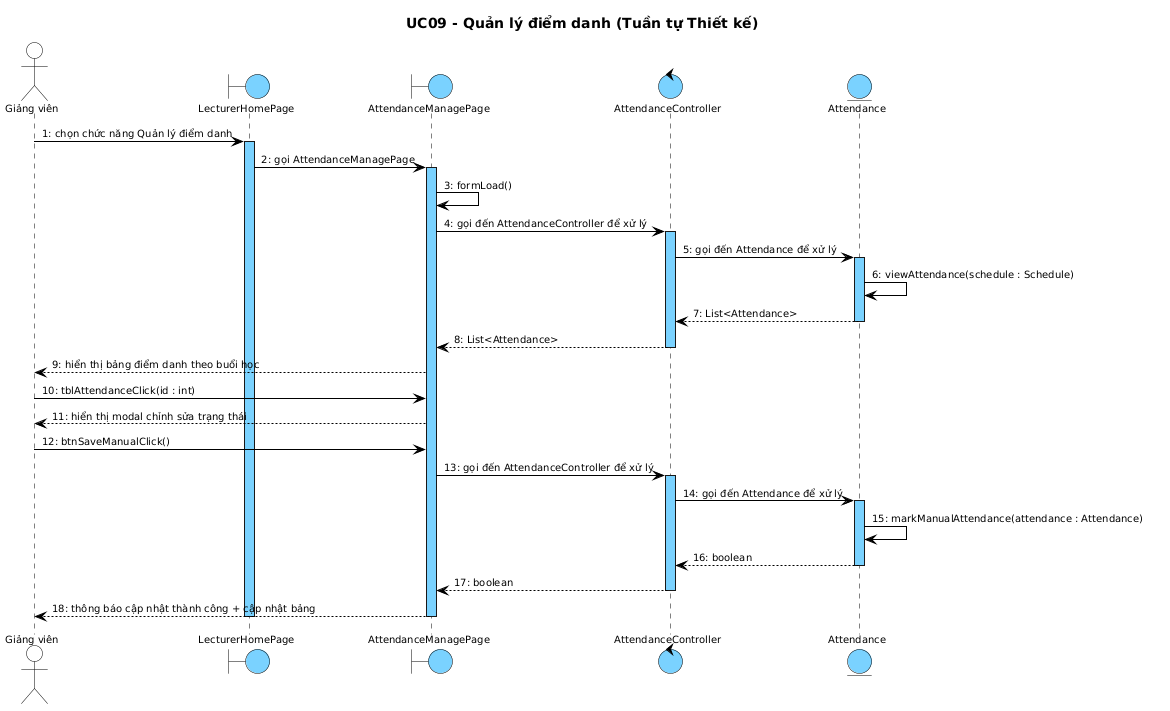
Before: report/diagrams/seq_design_uc09.png, a diagram exported from PlantUML (thanhtrnnn/universe).
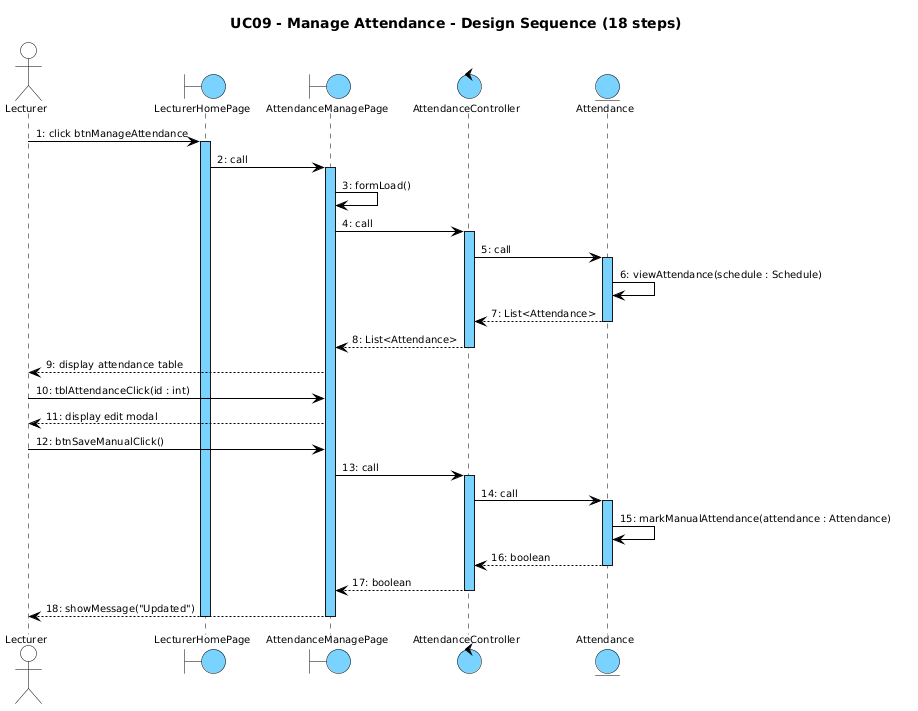
After the commit.

The edit, as a diff of the source:
```diff
@@ -10,50 +10,78 @@
   FontName "Arial"
   FontSize 10
   FontColor #000000
-  boundary { BackgroundColor #7AD2FF; LineColor #000000 }
-  control { BackgroundColor #7AD2FF; LineColor #000000 }
-  entity { BackgroundColor #7AD2FF; LineColor #000000 }
-  actor { BackgroundColor transparent; LineColor #000000 }
-  lifeline { LineColor #000000; LineStyle 5-5 }
-  arrow { LineColor #000000; LineThickness 1; FontSize 10 }
+
+  participant {
+    BackgroundColor #7AD2FF
+    LineColor #000000
+    LineThickness 1
+  }
+
+  actor {
+    BackgroundColor transparent
+    LineColor #000000
+  }
+  boundary {
+    BackgroundColor #7AD2FF
+    LineColor #000000
+  }
+  control {
+    BackgroundColor #7AD2FF
+    LineColor #000000
+  }
+  entity {
+    BackgroundColor #7AD2FF
+    LineColor #000000
+  }
+
+  lifeline {
+    LineColor #000000
+    LineStyle 5-5
+  }
+
+  arrow {
+    LineColor #000000
+    LineThickness 1
+    FontSize 10
+  }
 }
 </style>
-title UC09 - Quản lý điểm danh (Tuần tự Thiết kế)
+title UC09 - Manage Attendance - Design Sequence (18 steps)
 
-actor "Giảng viên" as GV
+actor "Lecturer" as Actor
 boundary LecturerHomePage
 boundary AttendanceManagePage
 control AttendanceController
 entity Attendance
 
-GV -> LecturerHomePage : 1: chọn chức năng Quản lý điểm danh
+Actor -> LecturerHomePage : 1: click btnManageAttendance
 activate LecturerHomePage
-LecturerHomePage -> AttendanceManagePage : 2: gọi AttendanceManagePage
+LecturerHomePage -> AttendanceManagePage : 2: call
 activate AttendanceManagePage
 AttendanceManagePage -> AttendanceManagePage : 3: formLoad()
-AttendanceManagePage -> AttendanceController : 4: gọi đến AttendanceController để xử lý
+AttendanceManagePage -> AttendanceController : 4: call
 activate AttendanceController
-AttendanceController -> Attendance : 5: gọi đến Attendance để xử lý
+AttendanceController -> Attendance : 5: call
 activate Attendance
 Attendance -> Attendance : 6: viewAttendance(schedule : Schedule)
 Attendance --> AttendanceController : 7: List<Attendance>
 deactivate Attendance
 AttendanceController --> AttendanceManagePage : 8: List<Attendance>
 deactivate AttendanceController
-AttendanceManagePage --> GV : 9: hiển thị bảng điểm danh theo buổi học
-GV -> AttendanceManagePage : 10: tblAttendanceClick(id : int)
-AttendanceManagePage --> GV : 11: hiển thị modal chỉnh sửa trạng thái
-GV -> AttendanceManagePage : 12: btnSaveManualClick()
-AttendanceManagePage -> AttendanceController : 13: gọi đến AttendanceController để xử lý
+AttendanceManagePage --> Actor : 9: display attendance table
+Actor -> AttendanceManagePage : 10: tblAttendanceClick(id : int)
+AttendanceManagePage --> Actor : 11: display edit modal
+Actor -> AttendanceManagePage : 12: btnSaveManualClick()
+AttendanceManagePage -> AttendanceController : 13: call
 activate AttendanceController
-AttendanceController -> Attendance : 14: gọi đến Attendance để xử lý
+AttendanceController -> Attendance : 14: call
 activate Attendance
 Attendance -> Attendance : 15: markManualAttendance(attendance : Attendance)
 Attendance --> AttendanceController : 16: boolean
 deactivate Attendance
 AttendanceController --> AttendanceManagePage : 17: boolean
 deactivate AttendanceController
-AttendanceManagePage --> GV : 18: thông báo cập nhật thành công + cập nhật bảng
+AttendanceManagePage --> Actor : 18: showMessage("Updated")
 deactivate AttendanceManagePage
 deactivate LecturerHomePage
 @enduml
```
